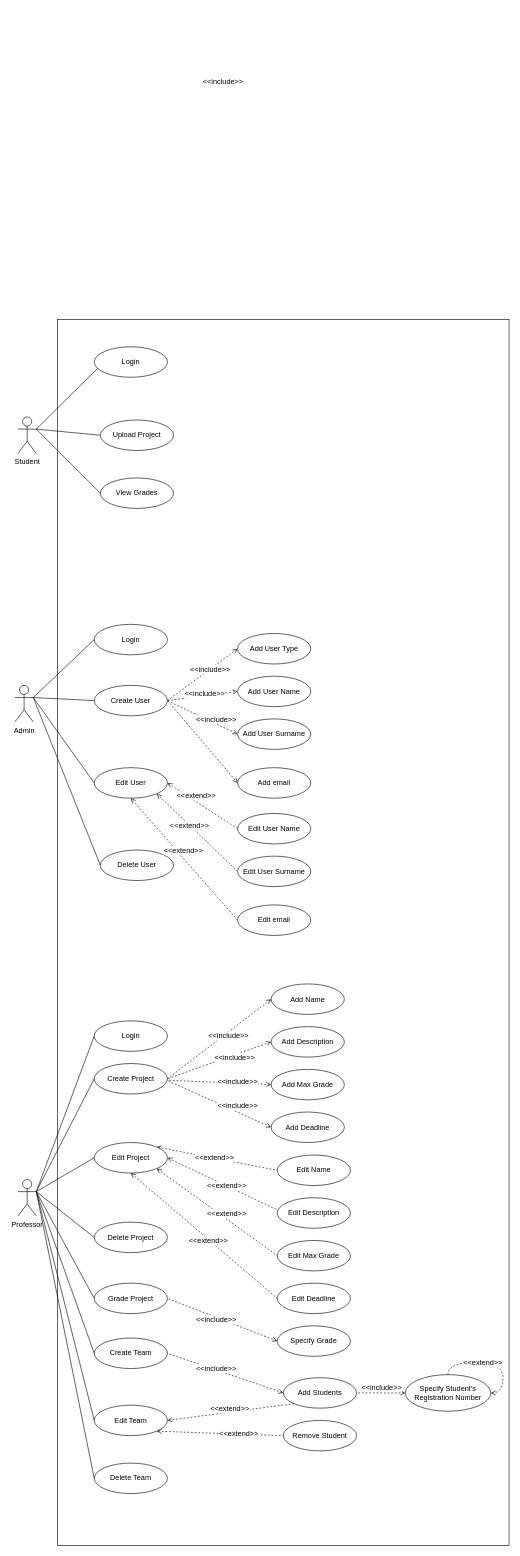
The draw.io diagram UseCaseDiagrams/UseCaseDiagram_v1_Final.drawio in gkaraoglanian/E-ClassApplication, before the edit. Source tidied: cells renumbered, new cells numbered last; positions are measured from the earlier drawing's top-left corner, leaving out a move shared by most shapes. Both pictures are drawn from the tidied source at 61%, with x=0, y=0 at pixel (15, 319).
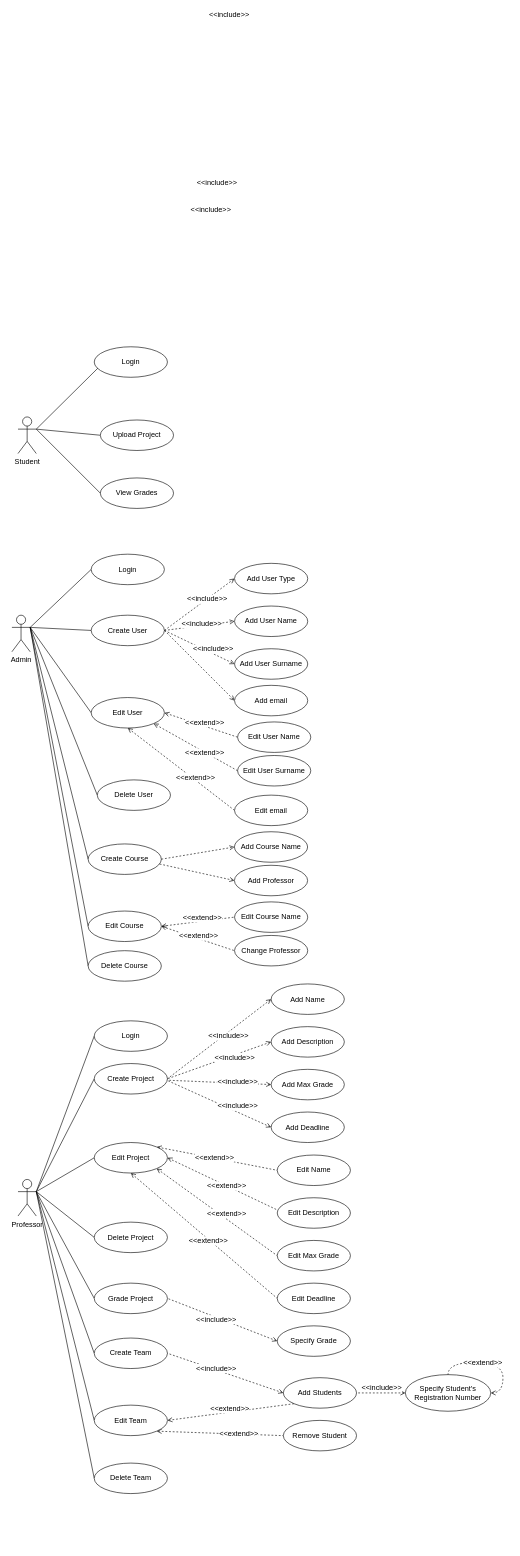
After the change.

Commit message (it also covers changes not shown here):
Made corrections to UseCase Diagram v1 (Final)

What changed in the source:
```diff
@@
-    <mxCell id="2" style="rounded=0;whiteSpace=wrap;html=1;fillColor=none;" parent="1" vertex="1">
-      <mxGeometry x="70" width="740" height="2010" as="geometry" />
-    </mxCell>
@@
+    <mxCell id="97" style="rounded=0;jettySize=auto;html=1;exitX=1;exitY=0.3333333333333333;exitDx=0;exitDy=0;exitPerimeter=0;entryX=0;entryY=0.5;entryDx=0;entryDy=0;startArrow=none;startFill=0;endArrow=none;endFill=0;" parent="1" edge="1" source="57" target="102">
+      <mxGeometry relative="1" as="geometry" />
+    </mxCell>
+    <mxCell id="98" style="edgeStyle=none;rounded=0;jettySize=auto;html=1;exitX=1;exitY=0.3333333333333333;exitDx=0;exitDy=0;exitPerimeter=0;entryX=0;entryY=0.5;entryDx=0;entryDy=0;startArrow=none;startFill=0;endArrow=none;endFill=0;" parent="1" edge="1" source="57" target="101">
+      <mxGeometry relative="1" as="geometry" />
+    </mxCell>
+    <mxCell id="99" style="edgeStyle=none;rounded=0;jettySize=auto;html=1;exitX=1;exitY=0.3333333333333333;exitDx=0;exitDy=0;exitPerimeter=0;entryX=0;entryY=0.5;entryDx=0;entryDy=0;startArrow=none;startFill=0;endArrow=none;endFill=0;" parent="1" edge="1" source="57" target="100">
+      <mxGeometry relative="1" as="geometry" />
+    </mxCell>
     <mxCell id="57" value="Admin" style="shape=umlActor;verticalLabelPosition=bottom;labelBackgroundColor=#ffffff;verticalAlign=top;html=1;outlineConnect=0;" parent="1" vertex="1">
-      <mxGeometry y="600" width="30" height="60" as="geometry" />
+      <mxGeometry x="-5" y="485" width="30" height="60" as="geometry" />
     </mxCell>
     <mxCell id="58" value="Login" style="ellipse;whiteSpace=wrap;html=1;" parent="1" vertex="1">
-      <mxGeometry x="130" y="500" width="120" height="50" as="geometry" />
+      <mxGeometry x="125" y="385" width="120" height="50" as="geometry" />
     </mxCell>
@@
     <mxCell id="64" value="Create User" style="ellipse;whiteSpace=wrap;html=1;" parent="1" vertex="1">
-      <mxGeometry x="130" y="600" width="120" height="50" as="geometry" />
+      <mxGeometry x="125" y="485" width="120" height="50" as="geometry" />
     </mxCell>
     <mxCell id="65" value="Edit User" style="ellipse;whiteSpace=wrap;html=1;" parent="1" vertex="1">
-      <mxGeometry x="130" y="735" width="120" height="50" as="geometry" />
+      <mxGeometry x="125" y="620" width="120" height="50" as="geometry" />
     </mxCell>
     <mxCell id="66" value="Delete User" style="ellipse;whiteSpace=wrap;html=1;" parent="1" vertex="1">
-      <mxGeometry x="140" y="870" width="120" height="50" as="geometry" />
+      <mxGeometry x="135" y="755" width="120" height="50" as="geometry" />
     </mxCell>
     <mxCell id="67" value="Add User Type" style="ellipse;whiteSpace=wrap;html=1;" parent="1" vertex="1">
-      <mxGeometry x="365" y="515" width="120" height="50" as="geometry" />
+      <mxGeometry x="360" y="400" width="120" height="50" as="geometry" />
     </mxCell>
     <mxCell id="68" value="Add User Name" style="ellipse;whiteSpace=wrap;html=1;" parent="1" vertex="1">
-      <mxGeometry x="365" y="585" width="120" height="50" as="geometry" />
+      <mxGeometry x="360" y="470" width="120" height="50" as="geometry" />
     </mxCell>
     <mxCell id="69" value="Add User Surname" style="ellipse;whiteSpace=wrap;html=1;" parent="1" vertex="1">
-      <mxGeometry x="365" y="655" width="120" height="50" as="geometry" />
+      <mxGeometry x="360" y="540" width="120" height="50" as="geometry" />
     </mxCell>
     <mxCell id="70" value="Add email" style="ellipse;whiteSpace=wrap;html=1;" parent="1" vertex="1">
-      <mxGeometry x="365" y="735" width="120" height="50" as="geometry" />
+      <mxGeometry x="360" y="600" width="120" height="50" as="geometry" />
     </mxCell>
@@
     <mxCell id="72" value="Edit User Name" style="ellipse;whiteSpace=wrap;html=1;" parent="1" vertex="1">
-      <mxGeometry x="365" y="810" width="120" height="50" as="geometry" />
+      <mxGeometry x="365" y="660" width="120" height="50" as="geometry" />
     </mxCell>
@@
     <mxCell id="74" value="Edit&amp;nbsp;User Surname" style="ellipse;whiteSpace=wrap;html=1;" parent="1" vertex="1">
-      <mxGeometry x="365" y="880" width="120" height="50" as="geometry" />
+      <mxGeometry x="365" y="715" width="120" height="50" as="geometry" />
     </mxCell>
@@
     <mxCell id="76" value="Edit&amp;nbsp;email" style="ellipse;whiteSpace=wrap;html=1;" parent="1" vertex="1">
-      <mxGeometry x="365" y="960" width="120" height="50" as="geometry" />
+      <mxGeometry x="360" y="780" width="120" height="50" as="geometry" />
     </mxCell>
     <mxCell id="77" value="&amp;lt;&amp;lt;include&amp;gt;&amp;gt;" style="text;html=1;align=center;verticalAlign=middle;labelBackgroundColor=#ffffff;" parent="1" vertex="1">
-      <mxGeometry x="310.9" y="613.2" as="geometry" />
+      <mxGeometry x="305.9" y="498.2" as="geometry" />
     </mxCell>
     <mxCell id="78" value="&amp;lt;&amp;lt;include&amp;gt;&amp;gt;" style="text;html=1;align=center;verticalAlign=middle;labelBackgroundColor=#ffffff;" parent="1" vertex="1">
-      <mxGeometry x="329.9" y="655.2" as="geometry" />
+      <mxGeometry x="324.9" y="540.2" as="geometry" />
     </mxCell>
     <mxCell id="79" value="&amp;lt;&amp;lt;include&amp;gt;&amp;gt;" style="text;html=1;align=center;verticalAlign=middle;labelBackgroundColor=#ffffff;" parent="1" vertex="1">
       <mxGeometry x="0.21" relative="1" as="geometry">
-        <mxPoint x="340" y="-390" as="offset" />
+        <mxPoint x="350" y="-500" as="offset" />
       </mxGeometry>
     </mxCell>
     <mxCell id="80" value="&amp;lt;&amp;lt;extend&amp;gt;&amp;gt;" style="text;html=1;align=center;verticalAlign=middle;labelBackgroundColor=#ffffff;" parent="1" vertex="1">
-      <mxGeometry x="310.9" y="780.2" as="geometry">
+      <mxGeometry x="324.9" y="660.2" as="geometry">
         <mxPoint x="-14" as="offset" />
       </mxGeometry>
     </mxCell>
     <mxCell id="81" value="&amp;lt;&amp;lt;extend&amp;gt;&amp;gt;" style="text;html=1;align=center;verticalAlign=middle;labelBackgroundColor=#ffffff;" parent="1" vertex="1">
-      <mxGeometry x="299.9" y="830.2" as="geometry">
+      <mxGeometry x="324.9" y="710.2" as="geometry">
         <mxPoint x="-14" as="offset" />
       </mxGeometry>
     </mxCell>
     <mxCell id="82" value="&amp;lt;&amp;lt;extend&amp;gt;&amp;gt;" style="text;html=1;align=center;verticalAlign=middle;labelBackgroundColor=#ffffff;" parent="1" vertex="1">
-      <mxGeometry x="289.9" y="870.2" as="geometry">
+      <mxGeometry x="309.9" y="750.2" as="geometry">
         <mxPoint x="-14" as="offset" />
       </mxGeometry>
     </mxCell>
@@
+    <mxCell id="100" value="Delete Course" style="ellipse;whiteSpace=wrap;html=1;" parent="1" vertex="1">
+      <mxGeometry x="120" y="1035" width="120" height="50" as="geometry" />
+    </mxCell>
+    <mxCell id="101" value="Edit Course" style="ellipse;whiteSpace=wrap;html=1;" parent="1" vertex="1">
+      <mxGeometry x="120" y="970" width="120" height="50" as="geometry" />
+    </mxCell>
+    <mxCell id="102" value="Create Course" style="ellipse;whiteSpace=wrap;html=1;" parent="1" vertex="1">
+      <mxGeometry x="120" y="860" width="120" height="50" as="geometry" />
+    </mxCell>
+    <mxCell id="103" value="Add Course Name" style="ellipse;whiteSpace=wrap;html=1;" parent="1" vertex="1">
+      <mxGeometry x="359.8" y="840" width="120" height="50" as="geometry" />
+    </mxCell>
+    <mxCell id="104" value="Add Professor" style="ellipse;whiteSpace=wrap;html=1;" parent="1" vertex="1">
+      <mxGeometry x="359.8" y="895" width="120" height="50" as="geometry" />
+    </mxCell>
+    <mxCell id="105" style="edgeStyle=none;rounded=0;jettySize=auto;html=1;exitX=0.977;exitY=0.659;exitDx=0;exitDy=0;entryX=0;entryY=0.5;entryDx=0;entryDy=0;dashed=1;startArrow=none;startFill=0;endArrow=open;endFill=0;exitPerimeter=0;" parent="1" edge="1" source="102" target="104">
+      <mxGeometry relative="1" as="geometry" />
+    </mxCell>
+    <mxCell id="106" style="edgeStyle=none;rounded=0;jettySize=auto;html=1;exitX=1;exitY=0.5;exitDx=0;exitDy=0;entryX=0;entryY=0.5;entryDx=0;entryDy=0;dashed=1;startArrow=none;startFill=0;endArrow=open;endFill=0;" parent="1" edge="1" source="102" target="103">
+      <mxGeometry relative="1" as="geometry" />
+    </mxCell>
+    <mxCell id="107" value="Edit Course Name" style="ellipse;whiteSpace=wrap;html=1;" parent="1" vertex="1">
+      <mxGeometry x="360" y="955" width="120" height="50" as="geometry" />
+    </mxCell>
+    <mxCell id="108" value="Change Professor" style="ellipse;whiteSpace=wrap;html=1;" parent="1" vertex="1">
+      <mxGeometry x="360" y="1010" width="120" height="50" as="geometry" />
+    </mxCell>
+    <mxCell id="109" style="edgeStyle=none;rounded=0;jettySize=auto;html=1;exitX=1;exitY=0.5;exitDx=0;exitDy=0;entryX=0;entryY=0.5;entryDx=0;entryDy=0;dashed=1;startArrow=open;startFill=0;endArrow=none;endFill=0;" parent="1" edge="1" source="101" target="107">
+      <mxGeometry relative="1" as="geometry" />
+    </mxCell>
+    <mxCell id="110" style="edgeStyle=none;rounded=0;jettySize=auto;html=1;exitX=1;exitY=0.5;exitDx=0;exitDy=0;entryX=0;entryY=0.5;entryDx=0;entryDy=0;dashed=1;startArrow=open;startFill=0;endArrow=none;endFill=0;" parent="1" edge="1" source="101" target="108">
+      <mxGeometry relative="1" as="geometry" />
+    </mxCell>
+    <mxCell id="111" value="&amp;lt;&amp;lt;extend&amp;gt;&amp;gt;" style="text;html=1;align=center;verticalAlign=middle;labelBackgroundColor=#ffffff;" parent="1" vertex="1">
+      <mxGeometry x="320" y="980" as="geometry">
+        <mxPoint x="-14" as="offset" />
+      </mxGeometry>
+    </mxCell>
+    <mxCell id="112" value="&amp;lt;&amp;lt;extend&amp;gt;&amp;gt;" style="text;html=1;align=center;verticalAlign=middle;labelBackgroundColor=#ffffff;" parent="1" vertex="1">
+      <mxGeometry x="314" y="1010" as="geometry">
+        <mxPoint x="-14" as="offset" />
+      </mxGeometry>
+    </mxCell>
+    <mxCell id="113" value="&amp;lt;&amp;lt;include&amp;gt;&amp;gt;" style="text;html=1;align=center;verticalAlign=middle;labelBackgroundColor=#ffffff;" parent="1" vertex="1">
+      <mxGeometry x="0.21" relative="1" as="geometry">
+        <mxPoint x="330" y="-225" as="offset" />
+      </mxGeometry>
+    </mxCell>
+    <mxCell id="114" value="&amp;lt;&amp;lt;include&amp;gt;&amp;gt;" style="text;html=1;align=center;verticalAlign=middle;labelBackgroundColor=#ffffff;" parent="1" vertex="1">
+      <mxGeometry x="0.21" relative="1" as="geometry">
+        <mxPoint x="320" y="-180" as="offset" />
+      </mxGeometry>
+    </mxCell>
```
